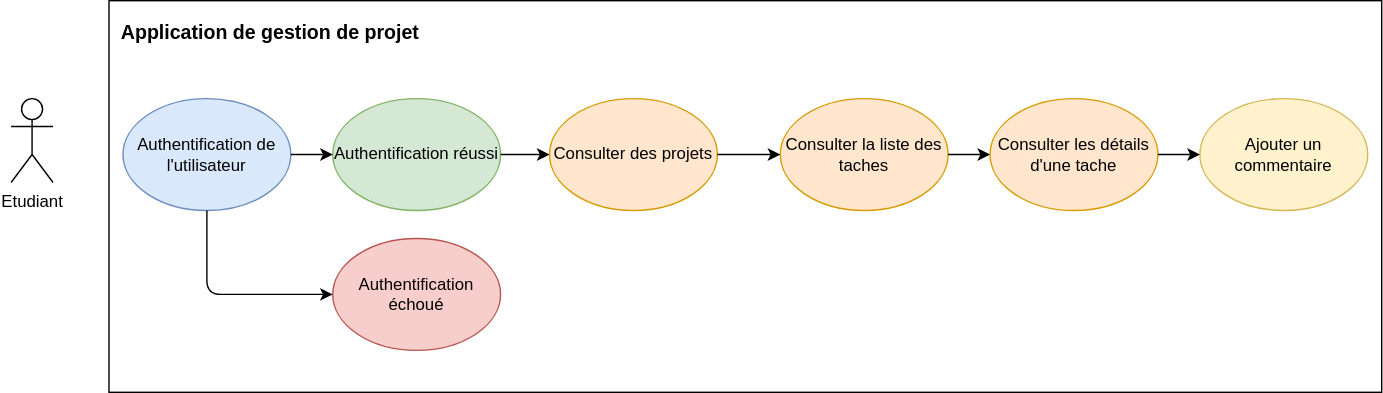
The draw.io diagram DCU/DCU_Etudiant.svg in EducaOps/EducaOps, before a commit. Source tidied: cells renumbered, new cells last; positions are measured from the earlier drawing's top-left corner, leaving out a move shared by most shapes. Its diagram source:
```xml
<mxGraphModel>
  <root>
    <mxCell id="0" />
    <mxCell id="1" parent="0" />
    <mxCell id="2" value="Etudiant" style="shape=umlActor;verticalLabelPosition=bottom;verticalAlign=top;html=1;outlineConnect=0;" parent="1" vertex="1">
      <mxGeometry y="70" width="30" height="60" as="geometry" />
    </mxCell>
    <mxCell id="3" style="rounded=0;whiteSpace=wrap;html=1;align=left;" parent="1" vertex="1">
      <mxGeometry x="70" width="910" height="280" as="geometry" />
    </mxCell>
    <mxCell id="4" value="Consulter des projets" style="ellipse;whiteSpace=wrap;html=1;fillColor=#ffe6cc;strokeColor=#d79b00;" parent="1" vertex="1">
      <mxGeometry x="385" y="70" width="120" height="80" as="geometry" />
    </mxCell>
    <mxCell id="5" value="&lt;font style=&quot;font-size: 14px&quot;&gt;Application de gestion de projet&lt;/font&gt;" style="text;strokeColor=none;fillColor=none;html=1;fontSize=24;fontStyle=1;verticalAlign=middle;align=center;" parent="1" vertex="1">
      <mxGeometry x="70" width="230" height="40" as="geometry" />
    </mxCell>
    <mxCell id="6" value="Consulter la liste des taches" style="ellipse;whiteSpace=wrap;html=1;fillColor=#ffe6cc;strokeColor=#d79b00;" parent="1" vertex="1">
      <mxGeometry x="550" y="70" width="120" height="80" as="geometry" />
    </mxCell>
    <mxCell id="7" value="Consulter les détails d'une tache" style="ellipse;whiteSpace=wrap;html=1;fillColor=#ffe6cc;strokeColor=#d79b00;" parent="1" vertex="1">
      <mxGeometry x="700" y="70" width="120" height="80" as="geometry" />
    </mxCell>
    <mxCell id="8" style="endArrow=classic;html=1;exitX=1;exitY=0.5;exitDx=0;exitDy=0;entryX=0;entryY=0.5;entryDx=0;entryDy=0;" parent="1" edge="1" source="4" target="6">
      <mxGeometry relative="1" as="geometry" />
    </mxCell>
    <mxCell id="9" style="endArrow=classic;html=1;exitX=1;exitY=0.5;exitDx=0;exitDy=0;" parent="1" edge="1" source="6" target="7">
      <mxGeometry relative="1" as="geometry" />
    </mxCell>
    <mxCell id="10" value="Authentification de l'utilisateur" style="ellipse;whiteSpace=wrap;html=1;fillColor=#dae8fc;strokeColor=#6c8ebf;" parent="1" vertex="1">
      <mxGeometry x="80" y="70" width="120" height="80" as="geometry" />
    </mxCell>
    <mxCell id="11" value="Authentification réussi" style="ellipse;whiteSpace=wrap;html=1;fillColor=#d5e8d4;strokeColor=#82b366;" parent="1" vertex="1">
      <mxGeometry x="230" y="70" width="120" height="80" as="geometry" />
    </mxCell>
    <mxCell id="12" style="endArrow=classic;html=1;exitX=1;exitY=0.5;exitDx=0;exitDy=0;" parent="1" edge="1" source="10">
      <mxGeometry relative="1" as="geometry">
        <mxPoint x="230" y="110" as="targetPoint" />
      </mxGeometry>
    </mxCell>
    <mxCell id="13" style="endArrow=classic;html=1;exitX=1;exitY=0.5;exitDx=0;exitDy=0;entryX=0;entryY=0.5;entryDx=0;entryDy=0;" parent="1" edge="1" source="11" target="4">
      <mxGeometry relative="1" as="geometry" />
    </mxCell>
    <mxCell id="14" value="Authentification échoué" style="ellipse;whiteSpace=wrap;html=1;fillColor=#f8cecc;strokeColor=#b85450;" parent="1" vertex="1">
      <mxGeometry x="230" y="170" width="120" height="80" as="geometry" />
    </mxCell>
    <mxCell id="15" style="edgeStyle=elbowEdgeStyle;elbow=vertical;endArrow=classic;html=1;entryX=0;entryY=0.5;entryDx=0;entryDy=0;exitX=0.5;exitY=1;exitDx=0;exitDy=0;" parent="1" edge="1" source="10" target="14">
      <mxGeometry relative="1" as="geometry">
        <Array as="points">
          <mxPoint x="180" y="210" />
        </Array>
      </mxGeometry>
    </mxCell>
    <mxCell id="16" value="Ajouter un commentaire" style="ellipse;whiteSpace=wrap;html=1;fillColor=#fff2cc;strokeColor=#d6b656;" parent="1" vertex="1">
      <mxGeometry x="850" y="70" width="120" height="80" as="geometry" />
    </mxCell>
    <mxCell id="17" style="endArrow=classic;html=1;exitX=1;exitY=0.5;exitDx=0;exitDy=0;" parent="1" edge="1" source="7" target="16">
      <mxGeometry relative="1" as="geometry" />
    </mxCell>
  </root>
</mxGraphModel>
```
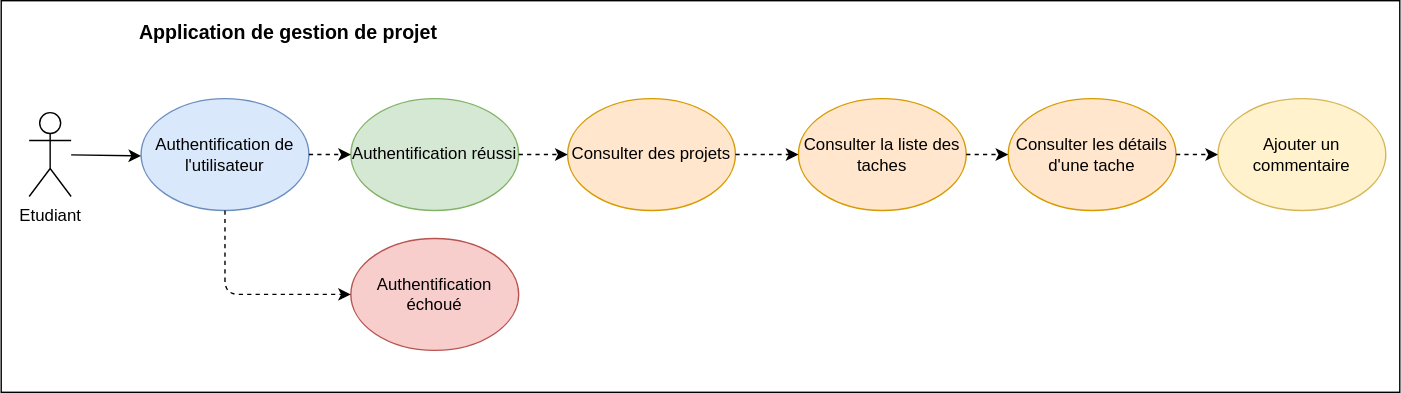
Later version of the same file.

Change to the diagram source:
```diff
@@ -2,11 +2,8 @@
   <root>
     <mxCell id="0" />
     <mxCell id="1" parent="0" />
-    <mxCell id="2" value="Etudiant" style="shape=umlActor;verticalLabelPosition=bottom;verticalAlign=top;html=1;outlineConnect=0;" parent="1" vertex="1">
-      <mxGeometry y="70" width="30" height="60" as="geometry" />
-    </mxCell>
     <mxCell id="3" style="rounded=0;whiteSpace=wrap;html=1;align=left;" parent="1" vertex="1">
-      <mxGeometry x="70" width="910" height="280" as="geometry" />
+      <mxGeometry x="-20" width="1000" height="280" as="geometry" />
     </mxCell>
     <mxCell id="4" value="Consulter des projets" style="ellipse;whiteSpace=wrap;html=1;fillColor=#ffe6cc;strokeColor=#d79b00;" parent="1" vertex="1">
       <mxGeometry x="385" y="70" width="120" height="80" as="geometry" />
@@ -20,10 +17,10 @@
     <mxCell id="7" value="Consulter les détails d'une tache" style="ellipse;whiteSpace=wrap;html=1;fillColor=#ffe6cc;strokeColor=#d79b00;" parent="1" vertex="1">
       <mxGeometry x="700" y="70" width="120" height="80" as="geometry" />
     </mxCell>
-    <mxCell id="8" style="endArrow=classic;html=1;exitX=1;exitY=0.5;exitDx=0;exitDy=0;entryX=0;entryY=0.5;entryDx=0;entryDy=0;" parent="1" edge="1" source="4" target="6">
+    <mxCell id="8" style="endArrow=classic;html=1;exitX=1;exitY=0.5;exitDx=0;exitDy=0;entryX=0;entryY=0.5;entryDx=0;entryDy=0;dashed=1;" parent="1" edge="1" source="4" target="6">
       <mxGeometry relative="1" as="geometry" />
     </mxCell>
-    <mxCell id="9" style="endArrow=classic;html=1;exitX=1;exitY=0.5;exitDx=0;exitDy=0;" parent="1" edge="1" source="6" target="7">
+    <mxCell id="9" style="endArrow=classic;html=1;exitX=1;exitY=0.5;exitDx=0;exitDy=0;dashed=1;" parent="1" edge="1" source="6" target="7">
       <mxGeometry relative="1" as="geometry" />
     </mxCell>
     <mxCell id="10" value="Authentification de l'utilisateur" style="ellipse;whiteSpace=wrap;html=1;fillColor=#dae8fc;strokeColor=#6c8ebf;" parent="1" vertex="1">
@@ -32,18 +29,18 @@
     <mxCell id="11" value="Authentification réussi" style="ellipse;whiteSpace=wrap;html=1;fillColor=#d5e8d4;strokeColor=#82b366;" parent="1" vertex="1">
       <mxGeometry x="230" y="70" width="120" height="80" as="geometry" />
     </mxCell>
-    <mxCell id="12" style="endArrow=classic;html=1;exitX=1;exitY=0.5;exitDx=0;exitDy=0;" parent="1" edge="1" source="10">
+    <mxCell id="12" style="endArrow=classic;html=1;exitX=1;exitY=0.5;exitDx=0;exitDy=0;dashed=1;" parent="1" edge="1" source="10">
       <mxGeometry relative="1" as="geometry">
         <mxPoint x="230" y="110" as="targetPoint" />
       </mxGeometry>
     </mxCell>
-    <mxCell id="13" style="endArrow=classic;html=1;exitX=1;exitY=0.5;exitDx=0;exitDy=0;entryX=0;entryY=0.5;entryDx=0;entryDy=0;" parent="1" edge="1" source="11" target="4">
+    <mxCell id="13" style="endArrow=classic;html=1;exitX=1;exitY=0.5;exitDx=0;exitDy=0;entryX=0;entryY=0.5;entryDx=0;entryDy=0;dashed=1;" parent="1" edge="1" source="11" target="4">
       <mxGeometry relative="1" as="geometry" />
     </mxCell>
     <mxCell id="14" value="Authentification échoué" style="ellipse;whiteSpace=wrap;html=1;fillColor=#f8cecc;strokeColor=#b85450;" parent="1" vertex="1">
       <mxGeometry x="230" y="170" width="120" height="80" as="geometry" />
     </mxCell>
-    <mxCell id="15" style="edgeStyle=elbowEdgeStyle;elbow=vertical;endArrow=classic;html=1;entryX=0;entryY=0.5;entryDx=0;entryDy=0;exitX=0.5;exitY=1;exitDx=0;exitDy=0;" parent="1" edge="1" source="10" target="14">
+    <mxCell id="15" style="edgeStyle=elbowEdgeStyle;elbow=vertical;endArrow=classic;html=1;entryX=0;entryY=0.5;entryDx=0;entryDy=0;exitX=0.5;exitY=1;exitDx=0;exitDy=0;dashed=1;" parent="1" edge="1" source="10" target="14">
       <mxGeometry relative="1" as="geometry">
         <Array as="points">
           <mxPoint x="180" y="210" />
@@ -53,8 +50,16 @@
     <mxCell id="16" value="Ajouter un commentaire" style="ellipse;whiteSpace=wrap;html=1;fillColor=#fff2cc;strokeColor=#d6b656;" parent="1" vertex="1">
       <mxGeometry x="850" y="70" width="120" height="80" as="geometry" />
     </mxCell>
-    <mxCell id="17" style="endArrow=classic;html=1;exitX=1;exitY=0.5;exitDx=0;exitDy=0;" parent="1" edge="1" source="7" target="16">
+    <mxCell id="17" style="endArrow=classic;html=1;exitX=1;exitY=0.5;exitDx=0;exitDy=0;dashed=1;" parent="1" edge="1" source="7" target="16">
       <mxGeometry relative="1" as="geometry" />
     </mxCell>
+    <mxCell id="2" value="Etudiant" style="shape=umlActor;verticalLabelPosition=bottom;verticalAlign=top;html=1;outlineConnect=0;" parent="1" vertex="1">
+      <mxGeometry y="80" width="30" height="60" as="geometry" />
+    </mxCell>
+    <mxCell id="18" style="endArrow=classic;html=1;" parent="1" edge="1" source="2">
+      <mxGeometry relative="1" as="geometry">
+        <mxPoint x="80" y="111" as="targetPoint" />
+      </mxGeometry>
+    </mxCell>
   </root>
 </mxGraphModel>
```
